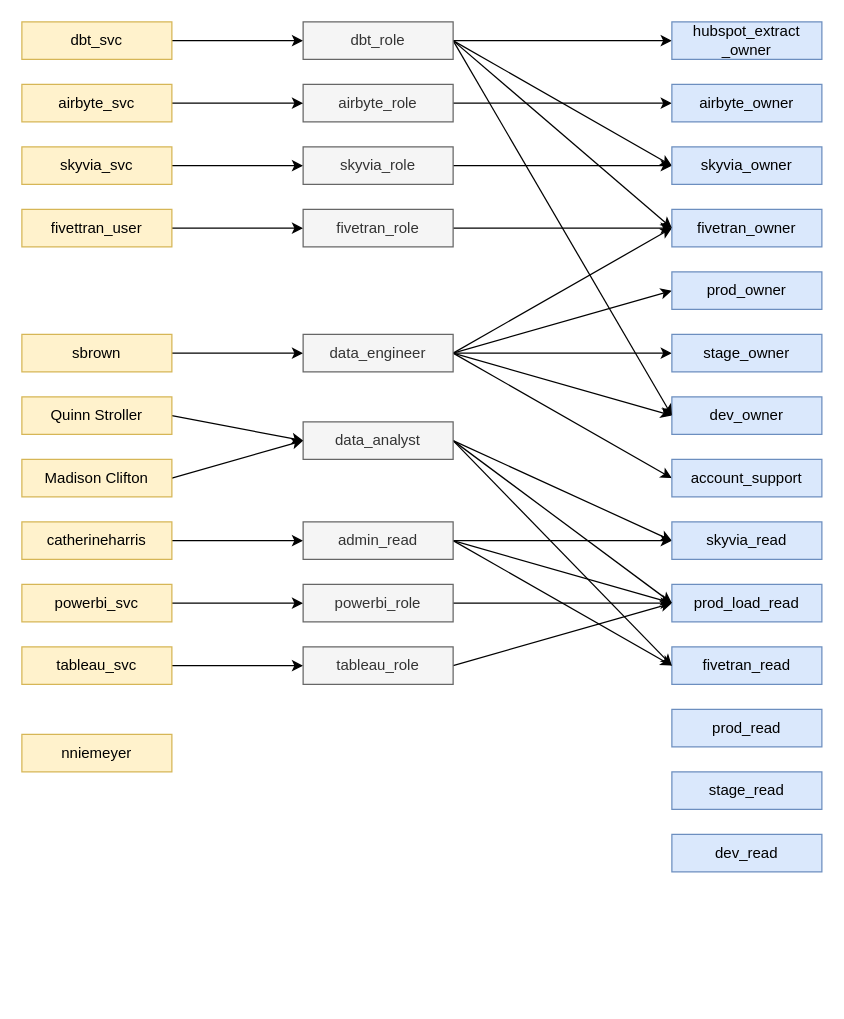
The draw.io diagram Documentation/Snowflake Security Diagram.drawio in samsolo512/Transactly, before the edit. Source tidied: cells renumbered, new cells numbered last; positions are measured from the earlier drawing's top-left corner, leaving out a move shared by most shapes. Both pictures are drawn from the tidied source at 125%, with x=0, y=0 at pixel (21, 21).
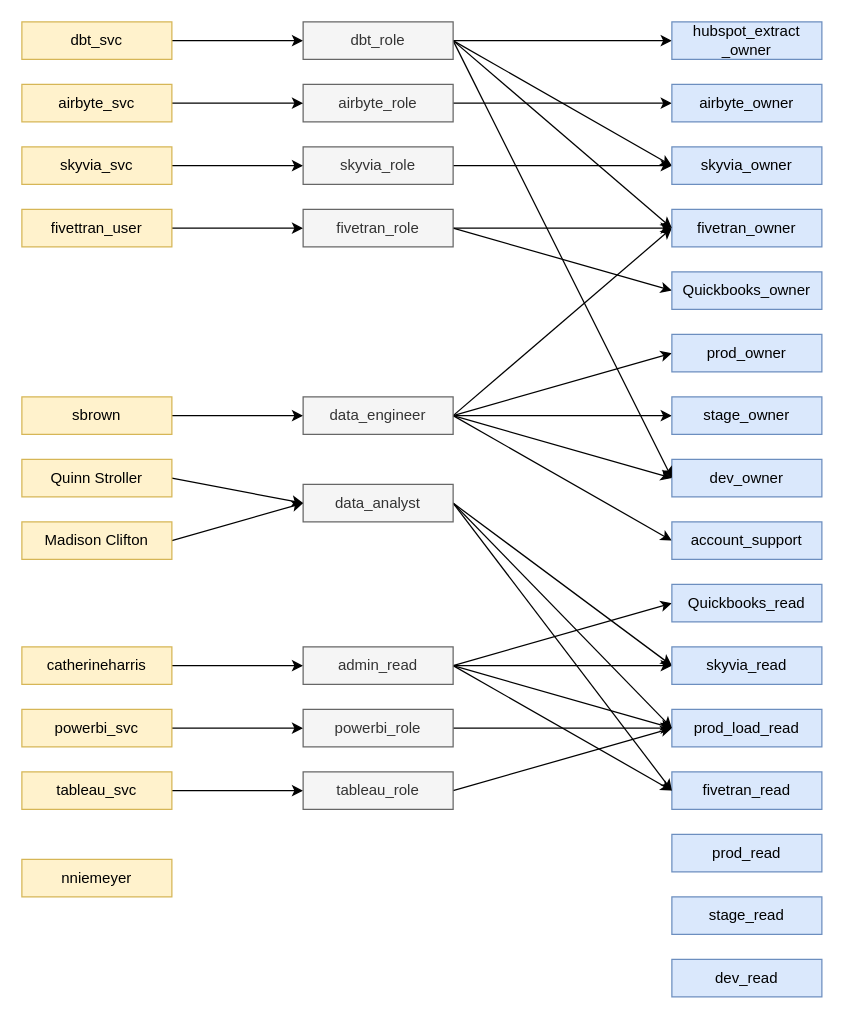
Above is the later version.

Commit message (it also covers changes not shown here):
updated permissions for quickbooks

Unchanged cells that the change refers to:
```xml
<mxCell id="20" value="fivetran_role" style="rounded=0;whiteSpace=wrap;html=1;fillColor=#f5f5f5;fontColor=#333333;strokeColor=#666666;" parent="1" vertex="1">
  <mxGeometry x="225" y="150" width="120" height="30" as="geometry" />
</mxCell>
```

Change to the diagram source:
```diff
@@
     <mxCell id="5" value="sbrown" style="rounded=0;whiteSpace=wrap;html=1;fillColor=#fff2cc;strokeColor=#d6b656;" parent="1" vertex="1">
-      <mxGeometry y="250" width="120" height="30" as="geometry" />
+      <mxGeometry y="300" width="120" height="30" as="geometry" />
     </mxCell>
@@
     <mxCell id="7" value="powerbi_svc" style="rounded=0;whiteSpace=wrap;html=1;fillColor=#fff2cc;strokeColor=#d6b656;" parent="1" vertex="1">
-      <mxGeometry y="450" width="120" height="30" as="geometry" />
+      <mxGeometry y="550" width="120" height="30" as="geometry" />
     </mxCell>
@@
     <mxCell id="9" value="tableau_svc" style="rounded=0;whiteSpace=wrap;html=1;fillColor=#fff2cc;strokeColor=#d6b656;" parent="1" vertex="1">
-      <mxGeometry y="500" width="120" height="30" as="geometry" />
+      <mxGeometry y="600" width="120" height="30" as="geometry" />
     </mxCell>
@@
     <mxCell id="11" value="catherineharris" style="rounded=0;whiteSpace=wrap;html=1;fillColor=#fff2cc;strokeColor=#d6b656;" parent="1" vertex="1">
-      <mxGeometry y="400" width="120" height="30" as="geometry" />
+      <mxGeometry y="500" width="120" height="30" as="geometry" />
     </mxCell>
     <mxCell id="12" value="nniemeyer" style="rounded=0;whiteSpace=wrap;html=1;fillColor=#fff2cc;strokeColor=#d6b656;" parent="1" vertex="1">
-      <mxGeometry y="570" width="120" height="30" as="geometry" />
+      <mxGeometry y="670" width="120" height="30" as="geometry" />
     </mxCell>
@@
     <mxCell id="18" value="data_engineer" style="rounded=0;whiteSpace=wrap;html=1;fillColor=#f5f5f5;fontColor=#333333;strokeColor=#666666;" parent="1" vertex="1">
-      <mxGeometry x="225" y="250" width="120" height="30" as="geometry" />
+      <mxGeometry x="225" y="300" width="120" height="30" as="geometry" />
     </mxCell>
@@
+    <mxCell id="66" style="rounded=0;jettySize=auto;html=1;entryX=0;entryY=0.5;entryDx=0;entryDy=0;exitX=1;exitY=0.5;exitDx=0;exitDy=0;" parent="1" edge="1" source="20" target="68">
+      <mxGeometry relative="1" as="geometry" />
+    </mxCell>
@@
     <mxCell id="22" value="powerbi_role" style="rounded=0;whiteSpace=wrap;html=1;fillColor=#f5f5f5;fontColor=#333333;strokeColor=#666666;" parent="1" vertex="1">
-      <mxGeometry x="225" y="450" width="120" height="30" as="geometry" />
+      <mxGeometry x="225" y="550" width="120" height="30" as="geometry" />
     </mxCell>
@@
     <mxCell id="24" value="tableau_role" style="rounded=0;whiteSpace=wrap;html=1;fillColor=#f5f5f5;fontColor=#333333;strokeColor=#666666;" parent="1" vertex="1">
-      <mxGeometry x="225" y="500" width="120" height="30" as="geometry" />
+      <mxGeometry x="225" y="600" width="120" height="30" as="geometry" />
     </mxCell>
@@
     <mxCell id="26" value="fivetran_read" style="rounded=0;whiteSpace=wrap;html=1;fillColor=#dae8fc;strokeColor=#6c8ebf;" parent="1" vertex="1">
-      <mxGeometry x="520" y="500" width="120" height="30" as="geometry" />
+      <mxGeometry x="520" y="600" width="120" height="30" as="geometry" />
     </mxCell>
     <mxCell id="27" value="dev_read" style="rounded=0;whiteSpace=wrap;html=1;fillColor=#dae8fc;strokeColor=#6c8ebf;" parent="1" vertex="1">
-      <mxGeometry x="520" y="650" width="120" height="30" as="geometry" />
+      <mxGeometry x="520" y="750" width="120" height="30" as="geometry" />
     </mxCell>
     <mxCell id="28" value="dev_owner" style="rounded=0;whiteSpace=wrap;html=1;fillColor=#dae8fc;strokeColor=#6c8ebf;" parent="1" vertex="1">
-      <mxGeometry x="520" y="300" width="120" height="30" as="geometry" />
+      <mxGeometry x="520" y="350" width="120" height="30" as="geometry" />
     </mxCell>
     <mxCell id="29" value="stage_read" style="rounded=0;whiteSpace=wrap;html=1;fillColor=#dae8fc;strokeColor=#6c8ebf;" parent="1" vertex="1">
-      <mxGeometry x="520" y="600" width="120" height="30" as="geometry" />
+      <mxGeometry x="520" y="700" width="120" height="30" as="geometry" />
     </mxCell>
     <mxCell id="30" value="stage_owner" style="rounded=0;whiteSpace=wrap;html=1;fillColor=#dae8fc;strokeColor=#6c8ebf;" parent="1" vertex="1">
-      <mxGeometry x="520" y="250" width="120" height="30" as="geometry" />
+      <mxGeometry x="520" y="300" width="120" height="30" as="geometry" />
     </mxCell>
     <mxCell id="31" value="prod_load_read" style="rounded=0;whiteSpace=wrap;html=1;fillColor=#dae8fc;strokeColor=#6c8ebf;" parent="1" vertex="1">
-      <mxGeometry x="520" y="450" width="120" height="30" as="geometry" />
+      <mxGeometry x="520" y="550" width="120" height="30" as="geometry" />
     </mxCell>
     <mxCell id="32" value="prod_read" style="rounded=0;whiteSpace=wrap;html=1;fillColor=#dae8fc;strokeColor=#6c8ebf;" parent="1" vertex="1">
-      <mxGeometry x="520" y="550" width="120" height="30" as="geometry" />
+      <mxGeometry x="520" y="650" width="120" height="30" as="geometry" />
     </mxCell>
     <mxCell id="33" value="prod_owner" style="rounded=0;whiteSpace=wrap;html=1;fillColor=#dae8fc;strokeColor=#6c8ebf;" parent="1" vertex="1">
-      <mxGeometry x="520" y="200" width="120" height="30" as="geometry" />
+      <mxGeometry x="520" y="250" width="120" height="30" as="geometry" />
     </mxCell>
@@
     <mxCell id="37" value="data_analyst" style="rounded=0;whiteSpace=wrap;html=1;fillColor=#f5f5f5;fontColor=#333333;strokeColor=#666666;" parent="1" vertex="1">
-      <mxGeometry x="225" y="320" width="120" height="30" as="geometry" />
+      <mxGeometry x="225" y="370" width="120" height="30" as="geometry" />
     </mxCell>
@@
+    <mxCell id="67" style="rounded=0;jettySize=auto;html=1;entryX=0;entryY=0.5;entryDx=0;entryDy=0;exitX=1;exitY=0.5;exitDx=0;exitDy=0;" parent="1" edge="1" source="41" target="69">
+      <mxGeometry relative="1" as="geometry" />
+    </mxCell>
     <mxCell id="41" value="admin_read" style="rounded=0;whiteSpace=wrap;html=1;fillColor=#f5f5f5;fontColor=#333333;strokeColor=#666666;" parent="1" vertex="1">
-      <mxGeometry x="225" y="400" width="120" height="30" as="geometry" />
+      <mxGeometry x="225" y="500" width="120" height="30" as="geometry" />
     </mxCell>
     <mxCell id="42" value="account_support" style="rounded=0;whiteSpace=wrap;html=1;fillColor=#dae8fc;strokeColor=#6c8ebf;" parent="1" vertex="1">
-      <mxGeometry x="520" y="350" width="120" height="30" as="geometry" />
+      <mxGeometry x="520" y="400" width="120" height="30" as="geometry" />
     </mxCell>
@@
     <mxCell id="53" value="Quinn Stroller" style="rounded=0;whiteSpace=wrap;html=1;fillColor=#fff2cc;strokeColor=#d6b656;" parent="1" vertex="1">
-      <mxGeometry y="300" width="120" height="30" as="geometry" />
+      <mxGeometry y="350" width="120" height="30" as="geometry" />
     </mxCell>
@@
     <mxCell id="55" value="Madison Clifton" style="rounded=0;whiteSpace=wrap;html=1;fillColor=#fff2cc;strokeColor=#d6b656;" parent="1" vertex="1">
-      <mxGeometry y="350" width="120" height="30" as="geometry" />
+      <mxGeometry y="400" width="120" height="30" as="geometry" />
     </mxCell>
@@
     <mxCell id="65" value="skyvia_read" style="rounded=0;whiteSpace=wrap;html=1;fillColor=#dae8fc;strokeColor=#6c8ebf;" parent="1" vertex="1">
-      <mxGeometry x="520" y="400" width="120" height="30" as="geometry" />
+      <mxGeometry x="520" y="500" width="120" height="30" as="geometry" />
     </mxCell>
+    <mxCell id="68" value="Quickbooks_owner" style="rounded=0;whiteSpace=wrap;html=1;fillColor=#dae8fc;strokeColor=#6c8ebf;" parent="1" vertex="1">
+      <mxGeometry x="520" y="200" width="120" height="30" as="geometry" />
+    </mxCell>
+    <mxCell id="69" value="Quickbooks_read" style="rounded=0;whiteSpace=wrap;html=1;fillColor=#dae8fc;strokeColor=#6c8ebf;" parent="1" vertex="1">
+      <mxGeometry x="520" y="450" width="120" height="30" as="geometry" />
+    </mxCell>
```
